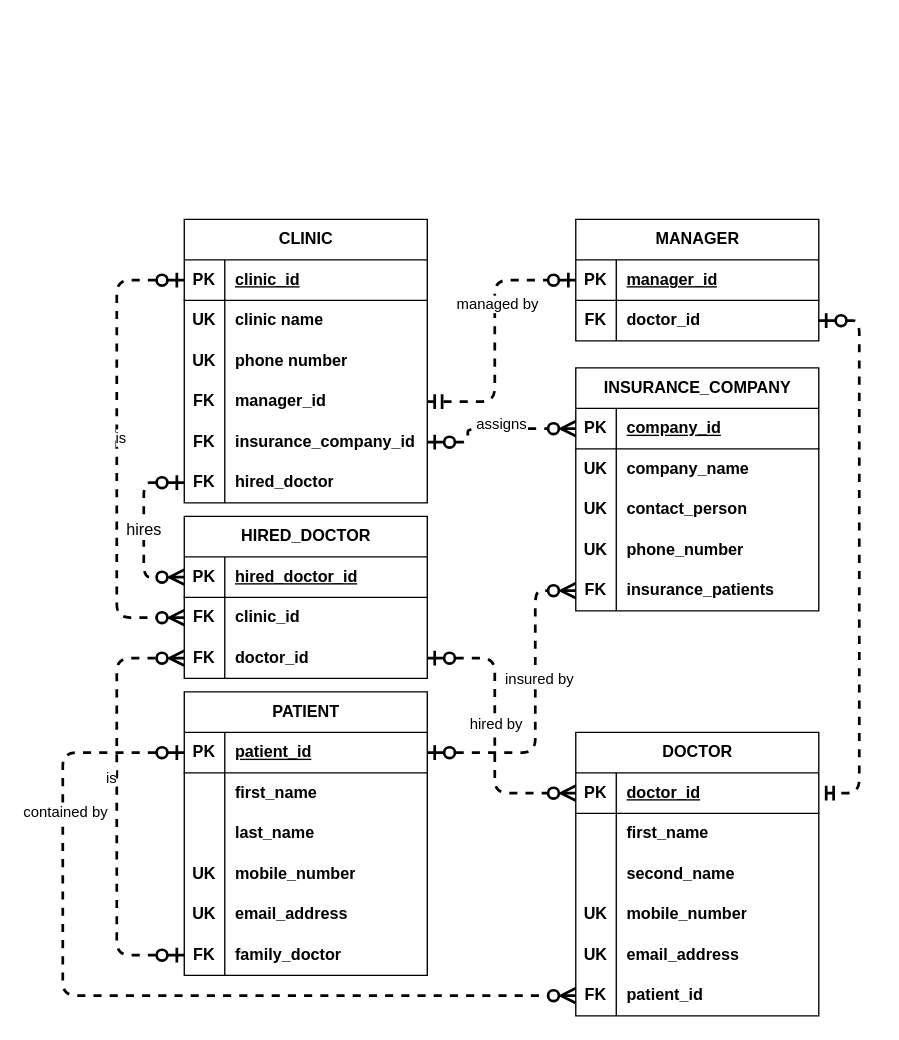
This is relational-database-design/chapter2/Untitled Diagram.drawio from qichendev/assignments, a draw.io file, before an edit. Source tidied: cells renumbered, new cells numbered last; positions are measured from the earlier drawing's top-left corner, leaving out a move shared by most shapes. Both pictures are drawn from the tidied source at 135%, with x=0, y=0 at pixel (62, 219).
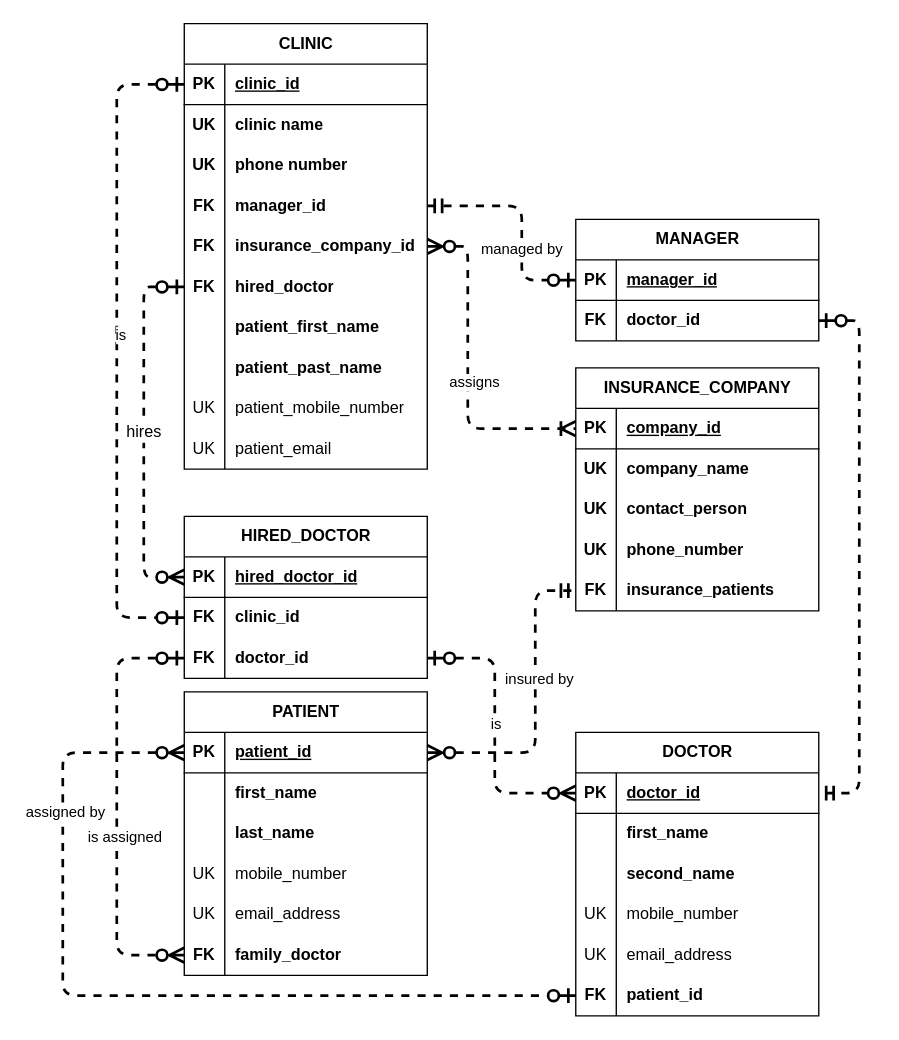
After the change.

Unchanged cells that the change refers to:
```xml
<mxCell id="3" style="shape=tableRow;horizontal=0;startSize=0;swimlaneHead=0;swimlaneBody=0;fillColor=none;points=[[0,0.5],[1,0.5]];portConstraint=eastwest;top=0;left=0;right=0;bottom=1;" parent="2" vertex="1">
  <mxGeometry y="30" width="180" height="30" as="geometry" />
</mxCell>
<mxCell id="12" style="shape=tableRow;horizontal=0;startSize=0;swimlaneHead=0;swimlaneBody=0;fillColor=none;points=[[0,0.5],[1,0.5]];portConstraint=eastwest;top=0;left=0;right=0;bottom=0;" parent="2" vertex="1">
  <mxGeometry y="120" width="180" height="30" as="geometry" />
</mxCell>
<mxCell id="15" style="shape=tableRow;horizontal=0;startSize=0;swimlaneHead=0;swimlaneBody=0;fillColor=none;points=[[0,0.5],[1,0.5]];portConstraint=eastwest;top=0;left=0;right=0;bottom=0;" parent="2" vertex="1">
  <mxGeometry y="150" width="180" height="30" as="geometry" />
</mxCell>
<mxCell id="31" style="shape=tableRow;horizontal=0;startSize=0;swimlaneHead=0;swimlaneBody=0;fillColor=none;top=0;left=0;right=0;bottom=0;" parent="21" vertex="1">
  <mxGeometry y="120" width="180" height="30" as="geometry" />
</mxCell>
<mxCell id="34" style="shape=tableRow;horizontal=0;startSize=0;swimlaneHead=0;swimlaneBody=0;fillColor=none;top=0;left=0;right=0;bottom=0;" parent="21" vertex="1">
  <mxGeometry y="150" width="180" height="30" as="geometry" />
</mxCell>
<mxCell id="37" style="shape=tableRow;horizontal=0;startSize=0;swimlaneHead=0;swimlaneBody=0;fillColor=none;points=[[0,0.5],[1,0.5]];portConstraint=eastwest;top=0;left=0;right=0;bottom=0;" parent="21" vertex="1">
  <mxGeometry y="180" width="180" height="30" as="geometry" />
</mxCell>
<mxCell id="40" style="edgeStyle=elbowEdgeStyle;fontSize=12;html=1;endArrow=ERzeroToMany;startArrow=ERzeroToOne;rounded=1;endSize=8;startSize=8;strokeWidth=2;dashed=1;jumpStyle=none;curved=0;entryX=0;entryY=0.5;entryDx=0;entryDy=0;startFill=0;endFill=0;exitX=1;exitY=0.5;exitDx=0;exitDy=0;elbow=horizontal;" parent="1" edge="1" source="94" target="22">
  <mxGeometry relative="1" as="geometry">
    <Array as="points">
      <mxPoint x="320" y="380" />
    </Array>
  </mxGeometry>
</mxCell>
<mxCell id="43" style="shape=tableRow;horizontal=0;startSize=0;swimlaneHead=0;swimlaneBody=0;fillColor=none;points=[[0,0.5],[1,0.5]];portConstraint=eastwest;top=0;left=0;right=0;bottom=1;" parent="42" vertex="1">
  <mxGeometry y="30" width="180" height="30" as="geometry" />
</mxCell>
<mxCell id="52" style="shape=tableRow;horizontal=0;startSize=0;swimlaneHead=0;swimlaneBody=0;fillColor=none;top=0;left=0;right=0;bottom=0;" parent="42" vertex="1">
  <mxGeometry y="120" width="180" height="30" as="geometry" />
</mxCell>
<mxCell id="55" style="shape=tableRow;horizontal=0;startSize=0;swimlaneHead=0;swimlaneBody=0;fillColor=none;top=0;left=0;right=0;bottom=0;" parent="42" vertex="1">
  <mxGeometry y="150" width="180" height="30" as="geometry" />
</mxCell>
<mxCell id="58" style="shape=tableRow;horizontal=0;startSize=0;swimlaneHead=0;swimlaneBody=0;fillColor=none;points=[[0,0.5],[1,0.5]];portConstraint=eastwest;top=0;left=0;right=0;bottom=0;" parent="42" vertex="1">
  <mxGeometry y="180" width="180" height="30" as="geometry" />
</mxCell>
<mxCell id="62" style="shape=tableRow;horizontal=0;startSize=0;swimlaneHead=0;swimlaneBody=0;fillColor=none;points=[[0,0.5],[1,0.5]];portConstraint=eastwest;top=0;left=0;right=0;bottom=1;" parent="61" vertex="1">
  <mxGeometry y="30" width="180" height="30" as="geometry" />
</mxCell>
<mxCell id="69" style="shape=tableRow;horizontal=0;startSize=0;swimlaneHead=0;swimlaneBody=0;fillColor=none;points=[[0,0.5],[1,0.5]];portConstraint=eastwest;top=0;left=0;right=0;bottom=1;" parent="68" vertex="1">
  <mxGeometry y="30" width="180" height="30" as="geometry" />
</mxCell>
<mxCell id="81" style="shape=tableRow;horizontal=0;startSize=0;swimlaneHead=0;swimlaneBody=0;fillColor=none;points=[[0,0.5],[1,0.5]];portConstraint=eastwest;top=0;left=0;right=0;bottom=0;" parent="68" vertex="1">
  <mxGeometry y="150" width="180" height="30" as="geometry" />
</mxCell>
<mxCell id="91" style="shape=tableRow;horizontal=0;startSize=0;swimlaneHead=0;swimlaneBody=0;fillColor=none;points=[[0,0.5],[1,0.5]];portConstraint=eastwest;top=0;left=0;right=0;bottom=0;" parent="87" vertex="1">
  <mxGeometry y="60" width="180" height="30" as="geometry" />
</mxCell>
<mxCell id="94" style="shape=tableRow;horizontal=0;startSize=0;swimlaneHead=0;swimlaneBody=0;fillColor=none;points=[[0,0.5],[1,0.5]];portConstraint=eastwest;top=0;left=0;right=0;bottom=0;" parent="87" vertex="1">
  <mxGeometry y="90" width="180" height="30" as="geometry" />
</mxCell>
```

The edit, as a diff of the source:
```diff
@@
     <mxCell id="2" value="CLINIC" style="shape=table;startSize=30;childLayout=tableLayout;rowLines=0;fontStyle=1;align=center;html=1;" parent="1" vertex="1">
-      <mxGeometry x="90" width="180" height="210" as="geometry" />
+      <mxGeometry x="90" y="-145" width="180" height="330" as="geometry" />
     </mxCell>
@@
+    <mxCell id="108" style="shape=tableRow;horizontal=0;startSize=0;swimlaneHead=0;swimlaneBody=0;fillColor=none;top=0;left=0;right=0;bottom=0;" parent="2" vertex="1">
+      <mxGeometry y="210" width="180" height="30" as="geometry" />
+    </mxCell>
+    <mxCell id="109" style="shape=partialRectangle;fillColor=none;top=0;left=0;bottom=0;right=0;overflow=hidden;whiteSpace=wrap;html=1;fontStyle=1;" parent="108" vertex="1">
+      <mxGeometry width="30" height="30" as="geometry" />
+    </mxCell>
+    <mxCell id="110" value="patient_first_name" style="shape=partialRectangle;fillColor=none;top=0;left=0;bottom=0;right=0;align=left;spacingLeft=6;overflow=hidden;whiteSpace=wrap;html=1;fontStyle=1;" parent="108" vertex="1">
+      <mxGeometry x="30" width="150" height="30" as="geometry" />
+    </mxCell>
+    <mxCell id="111" style="shape=tableRow;horizontal=0;startSize=0;swimlaneHead=0;swimlaneBody=0;fillColor=none;top=0;left=0;right=0;bottom=0;" parent="2" vertex="1">
+      <mxGeometry y="240" width="180" height="30" as="geometry" />
+    </mxCell>
+    <mxCell id="112" style="shape=partialRectangle;fillColor=none;top=0;left=0;bottom=0;right=0;overflow=hidden;whiteSpace=wrap;html=1;fontStyle=1;" parent="111" vertex="1">
+      <mxGeometry width="30" height="30" as="geometry" />
+    </mxCell>
+    <mxCell id="113" value="patient_past_name" style="shape=partialRectangle;fillColor=none;top=0;left=0;bottom=0;right=0;align=left;spacingLeft=6;overflow=hidden;whiteSpace=wrap;html=1;fontStyle=1;" parent="111" vertex="1">
+      <mxGeometry x="30" width="150" height="30" as="geometry" />
+    </mxCell>
+    <mxCell id="114" style="shape=tableRow;horizontal=0;startSize=0;swimlaneHead=0;swimlaneBody=0;fillColor=none;top=0;left=0;right=0;bottom=0;" parent="2" vertex="1">
+      <mxGeometry y="270" width="180" height="30" as="geometry" />
+    </mxCell>
+    <mxCell id="115" value="UK" style="shape=partialRectangle;fillColor=none;top=0;left=0;bottom=0;right=0;overflow=hidden;whiteSpace=wrap;html=1;fontStyle=0;" parent="114" vertex="1">
+      <mxGeometry width="30" height="30" as="geometry" />
+    </mxCell>
+    <mxCell id="116" value="patient_mobile_number" style="shape=partialRectangle;fillColor=none;top=0;left=0;bottom=0;right=0;align=left;spacingLeft=6;overflow=hidden;whiteSpace=wrap;html=1;fontStyle=0;" parent="114" vertex="1">
+      <mxGeometry x="30" width="150" height="30" as="geometry" />
+    </mxCell>
+    <mxCell id="117" style="shape=tableRow;horizontal=0;startSize=0;swimlaneHead=0;swimlaneBody=0;fillColor=none;top=0;left=0;right=0;bottom=0;fontStyle=1;" parent="2" vertex="1">
+      <mxGeometry y="300" width="180" height="30" as="geometry" />
+    </mxCell>
+    <mxCell id="118" value="UK" style="shape=partialRectangle;fillColor=none;top=0;left=0;bottom=0;right=0;overflow=hidden;whiteSpace=wrap;html=1;fontStyle=0;" parent="117" vertex="1">
+      <mxGeometry width="30" height="30" as="geometry" />
+    </mxCell>
+    <mxCell id="119" value="patient_email" style="shape=partialRectangle;fillColor=none;top=0;left=0;bottom=0;right=0;align=left;spacingLeft=6;overflow=hidden;whiteSpace=wrap;html=1;fontStyle=0;" parent="117" vertex="1">
+      <mxGeometry x="30" width="150" height="30" as="geometry" />
+    </mxCell>
@@
-    <mxCell id="32" value="UK" style="shape=partialRectangle;fillColor=none;top=0;left=0;bottom=0;right=0;overflow=hidden;whiteSpace=wrap;html=1;fontStyle=1;" parent="31" vertex="1">
+    <mxCell id="32" value="UK" style="shape=partialRectangle;fillColor=none;top=0;left=0;bottom=0;right=0;overflow=hidden;whiteSpace=wrap;html=1;fontStyle=0;" parent="31" vertex="1">
       <mxGeometry width="30" height="30" as="geometry" />
     </mxCell>
-    <mxCell id="33" value="mobile_number" style="shape=partialRectangle;fillColor=none;top=0;left=0;bottom=0;right=0;align=left;spacingLeft=6;overflow=hidden;whiteSpace=wrap;html=1;fontStyle=1;" parent="31" vertex="1">
+    <mxCell id="33" value="mobile_number" style="shape=partialRectangle;fillColor=none;top=0;left=0;bottom=0;right=0;align=left;spacingLeft=6;overflow=hidden;whiteSpace=wrap;html=1;fontStyle=0;" parent="31" vertex="1">
       <mxGeometry x="30" width="150" height="30" as="geometry" />
     </mxCell>
@@
-    <mxCell id="35" value="UK" style="shape=partialRectangle;fillColor=none;top=0;left=0;bottom=0;right=0;overflow=hidden;whiteSpace=wrap;html=1;fontStyle=1;" parent="34" vertex="1">
+    <mxCell id="35" value="UK" style="shape=partialRectangle;fillColor=none;top=0;left=0;bottom=0;right=0;overflow=hidden;whiteSpace=wrap;html=1;fontStyle=0;" parent="34" vertex="1">
       <mxGeometry width="30" height="30" as="geometry" />
     </mxCell>
-    <mxCell id="36" value="email_address" style="shape=partialRectangle;fillColor=none;top=0;left=0;bottom=0;right=0;align=left;spacingLeft=6;overflow=hidden;whiteSpace=wrap;html=1;fontStyle=1;" parent="34" vertex="1">
+    <mxCell id="36" value="email_address" style="shape=partialRectangle;fillColor=none;top=0;left=0;bottom=0;right=0;align=left;spacingLeft=6;overflow=hidden;whiteSpace=wrap;html=1;fontStyle=0;" parent="34" vertex="1">
       <mxGeometry x="30" width="150" height="30" as="geometry" />
     </mxCell>
@@
-    <mxCell id="41" value="hired by" style="edgeLabel;html=1;align=center;verticalAlign=middle;" parent="40" vertex="1">
+    <mxCell id="41" value="is" style="edgeLabel;html=1;align=center;verticalAlign=middle;" parent="40" vertex="1">
       <mxGeometry x="-0.07" relative="1" as="geometry" />
     </mxCell>
@@
-    <mxCell id="53" value="UK" style="shape=partialRectangle;fillColor=none;top=0;left=0;bottom=0;right=0;overflow=hidden;whiteSpace=wrap;html=1;fontStyle=1;" parent="52" vertex="1">
+    <mxCell id="53" value="UK" style="shape=partialRectangle;fillColor=none;top=0;left=0;bottom=0;right=0;overflow=hidden;whiteSpace=wrap;html=1;fontStyle=0;" parent="52" vertex="1">
       <mxGeometry width="30" height="30" as="geometry" />
     </mxCell>
-    <mxCell id="54" value="mobile_number" style="shape=partialRectangle;fillColor=none;top=0;left=0;bottom=0;right=0;align=left;spacingLeft=6;overflow=hidden;whiteSpace=wrap;html=1;fontStyle=1;" parent="52" vertex="1">
+    <mxCell id="54" value="mobile_number" style="shape=partialRectangle;fillColor=none;top=0;left=0;bottom=0;right=0;align=left;spacingLeft=6;overflow=hidden;whiteSpace=wrap;html=1;fontStyle=0;" parent="52" vertex="1">
       <mxGeometry x="30" width="150" height="30" as="geometry" />
     </mxCell>
@@
-    <mxCell id="56" value="UK" style="shape=partialRectangle;fillColor=none;top=0;left=0;bottom=0;right=0;overflow=hidden;whiteSpace=wrap;html=1;fontStyle=1;" parent="55" vertex="1">
+    <mxCell id="56" value="UK" style="shape=partialRectangle;fillColor=none;top=0;left=0;bottom=0;right=0;overflow=hidden;whiteSpace=wrap;html=1;fontStyle=0;" parent="55" vertex="1">
       <mxGeometry width="30" height="30" as="geometry" />
     </mxCell>
-    <mxCell id="57" value="email_address" style="shape=partialRectangle;fillColor=none;top=0;left=0;bottom=0;right=0;align=left;spacingLeft=6;overflow=hidden;whiteSpace=wrap;html=1;fontStyle=1;" parent="55" vertex="1">
+    <mxCell id="57" value="email_address" style="shape=partialRectangle;fillColor=none;top=0;left=0;bottom=0;right=0;align=left;spacingLeft=6;overflow=hidden;whiteSpace=wrap;html=1;fontStyle=0;" parent="55" vertex="1">
       <mxGeometry x="30" width="150" height="30" as="geometry" />
     </mxCell>
@@
-    <mxCell id="85" style="edgeStyle=elbowEdgeStyle;fontSize=12;html=1;endArrow=ERzeroToMany;startArrow=ERzeroToOne;rounded=1;endSize=8;startSize=8;strokeWidth=2;dashed=1;jumpStyle=none;curved=0;entryX=0;entryY=0.5;entryDx=0;entryDy=0;startFill=0;endFill=0;exitX=0;exitY=0.5;exitDx=0;exitDy=0;elbow=vertical;" parent="1" edge="1" source="43" target="37">
+    <mxCell id="85" style="edgeStyle=elbowEdgeStyle;fontSize=12;html=1;endArrow=ERzeroToOne;startArrow=ERzeroToMany;rounded=1;endSize=8;startSize=8;strokeWidth=2;dashed=1;jumpStyle=none;curved=0;entryX=0;entryY=0.5;entryDx=0;entryDy=0;startFill=0;endFill=0;exitX=0;exitY=0.5;exitDx=0;exitDy=0;elbow=vertical;" parent="1" edge="1" source="43" target="37">
       <mxGeometry relative="1" as="geometry">
         <Array as="points">
           <mxPoint y="600" />
         </Array>
       </mxGeometry>
     </mxCell>
-    <mxCell id="86" value="contained by" style="edgeLabel;html=1;align=center;verticalAlign=middle;" parent="85" vertex="1">
+    <mxCell id="86" value="assigned by" style="edgeLabel;html=1;align=center;verticalAlign=middle;" parent="85" vertex="1">
       <mxGeometry x="-0.59" y="1" relative="1" as="geometry" />
     </mxCell>
@@
-    <mxCell id="97" style="edgeStyle=elbowEdgeStyle;fontSize=12;html=1;endArrow=ERzeroToMany;startArrow=ERzeroToOne;rounded=1;endSize=8;startSize=8;strokeWidth=2;dashed=1;jumpStyle=none;curved=0;entryX=0;entryY=0.5;entryDx=0;entryDy=0;startFill=0;endFill=0;exitX=0;exitY=0.5;exitDx=0;exitDy=0;elbow=horizontal;" parent="1" edge="1" source="3" target="91">
+    <mxCell id="97" style="edgeStyle=elbowEdgeStyle;fontSize=12;html=1;endArrow=ERzeroToOne;startArrow=ERzeroToOne;rounded=1;endSize=8;startSize=8;strokeWidth=2;dashed=1;jumpStyle=none;curved=0;entryX=0;entryY=0.5;entryDx=0;entryDy=0;startFill=0;endFill=0;exitX=0;exitY=0.5;exitDx=0;exitDy=0;elbow=horizontal;" parent="1" edge="1" source="3" target="91">
       <mxGeometry relative="1" as="geometry">
         <Array as="points">
           <mxPoint x="40" y="150" />
         </Array>
       </mxGeometry>
     </mxCell>
@@
-    <mxCell id="99" style="edgeStyle=elbowEdgeStyle;fontSize=12;html=1;endArrow=ERzeroToMany;startArrow=ERzeroToOne;rounded=1;endSize=8;startSize=8;strokeWidth=2;dashed=1;jumpStyle=none;curved=0;entryX=0;entryY=0.5;entryDx=0;entryDy=0;startFill=0;endFill=0;exitX=0;exitY=0.5;exitDx=0;exitDy=0;elbow=horizontal;" parent="1" edge="1" source="58" target="94">
+    <mxCell id="99" style="edgeStyle=elbowEdgeStyle;fontSize=12;html=1;endArrow=ERzeroToMany;startArrow=ERzeroToOne;rounded=1;endSize=8;startSize=8;strokeWidth=2;dashed=1;jumpStyle=none;curved=0;entryX=0;entryY=0.5;entryDx=0;entryDy=0;startFill=0;endFill=0;elbow=horizontal;exitX=0;exitY=0.5;exitDx=0;exitDy=0;" parent="1" edge="1" source="94" target="58">
       <mxGeometry relative="1" as="geometry">
         <Array as="points">
           <mxPoint x="40" y="500" />
         </Array>
       </mxGeometry>
     </mxCell>
-    <mxCell id="100" value="is" style="edgeLabel;html=1;align=center;verticalAlign=middle;" parent="99" vertex="1">
+    <mxCell id="100" value="is assigned" style="edgeLabel;html=1;align=center;verticalAlign=middle;" parent="99" vertex="1">
       <mxGeometry x="0.14" y="5" relative="1" as="geometry" />
     </mxCell>
-    <mxCell id="101" style="edgeStyle=elbowEdgeStyle;fontSize=12;html=1;endArrow=ERzeroToMany;startArrow=ERzeroToOne;rounded=1;endSize=8;startSize=8;strokeWidth=2;dashed=1;jumpStyle=none;curved=0;startFill=0;endFill=0;exitX=1;exitY=0.5;exitDx=0;exitDy=0;entryX=0;entryY=0.5;entryDx=0;entryDy=0;" parent="1" edge="1" source="15" target="69">
+    <mxCell id="101" style="edgeStyle=elbowEdgeStyle;fontSize=12;html=1;endArrow=ERoneToMany;startArrow=ERzeroToMany;rounded=1;endSize=8;startSize=8;strokeWidth=2;dashed=1;jumpStyle=none;curved=0;startFill=0;endFill=0;exitX=1;exitY=0.5;exitDx=0;exitDy=0;entryX=0;entryY=0.5;entryDx=0;entryDy=0;" parent="1" edge="1" source="15" target="69">
       <mxGeometry relative="1" as="geometry">
         <Array as="points">
-          <mxPoint x="300" y="180" />
+          <mxPoint x="300" y="85" />
         </Array>
       </mxGeometry>
     </mxCell>
@@
-    <mxCell id="104" style="edgeStyle=elbowEdgeStyle;fontSize=12;html=1;endArrow=ERzeroToMany;startArrow=ERzeroToOne;rounded=1;endSize=8;startSize=8;strokeWidth=2;dashed=1;jumpStyle=none;curved=0;entryX=0;entryY=0.5;entryDx=0;entryDy=0;startFill=0;endFill=0;exitX=1;exitY=0.5;exitDx=0;exitDy=0;elbow=horizontal;" parent="1" edge="1" source="43" target="81">
+    <mxCell id="104" style="edgeStyle=elbowEdgeStyle;fontSize=12;html=1;endArrow=ERmandOne;startArrow=ERzeroToMany;rounded=1;endSize=8;startSize=8;strokeWidth=2;dashed=1;jumpStyle=none;curved=0;entryX=0;entryY=0.5;entryDx=0;entryDy=0;startFill=0;endFill=0;exitX=1;exitY=0.5;exitDx=0;exitDy=0;elbow=horizontal;" parent="1" edge="1" source="43" target="81">
       <mxGeometry relative="1" as="geometry">
         <Array as="points">
           <mxPoint x="350" y="370" />
         </Array>
       </mxGeometry>
     </mxCell>
@@
     <mxCell id="106" style="edgeStyle=elbowEdgeStyle;fontSize=12;html=1;endArrow=ERzeroToOne;startArrow=ERmandOne;rounded=1;endSize=8;startSize=8;strokeWidth=2;dashed=1;jumpStyle=none;curved=0;startFill=0;endFill=0;exitX=1;exitY=0.5;exitDx=0;exitDy=0;entryX=0;entryY=0.5;entryDx=0;entryDy=0;" parent="1" edge="1" source="12" target="62">
       <mxGeometry relative="1" as="geometry">
         <Array as="points">
-          <mxPoint x="320" y="90" />
+          <mxPoint x="340" y="15" />
         </Array>
       </mxGeometry>
     </mxCell>
```
